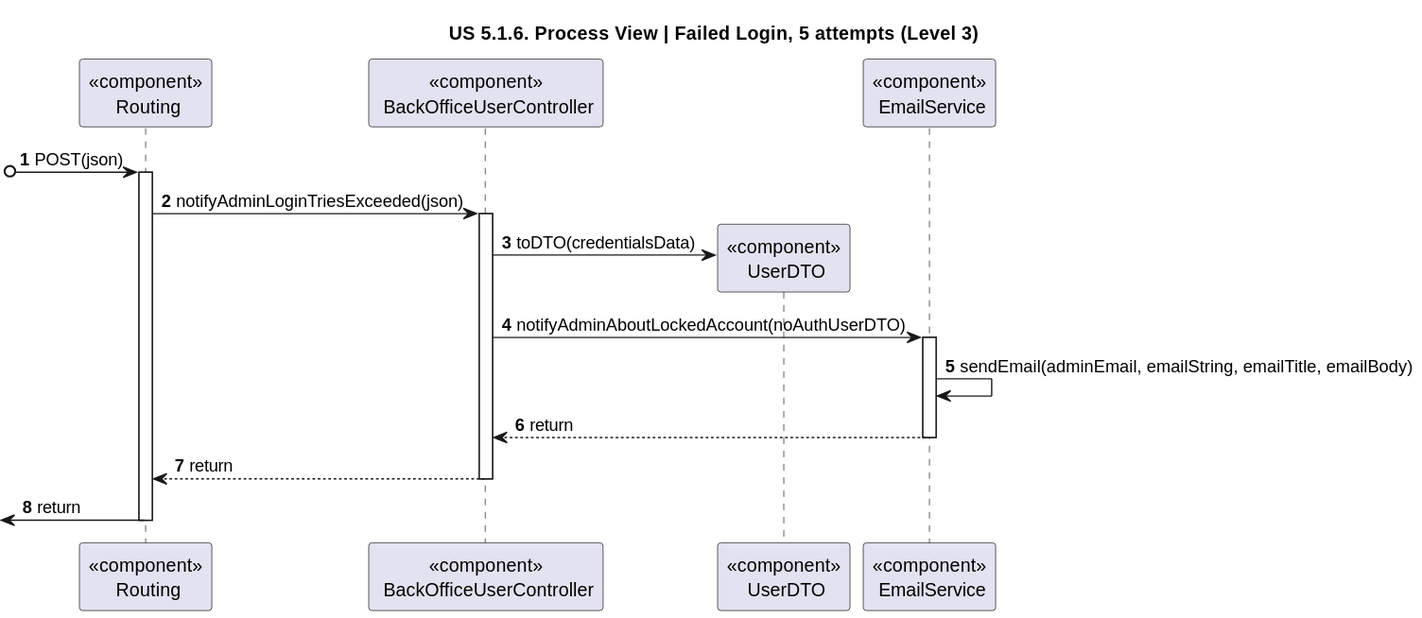
Before: docs/sprint-1/us-5.1.6/Process_View/Level-3/us6-failed-login-process-view-lvl3.svg, a diagram exported from PlantUML (rita-barbosa/LAPR5-2425).
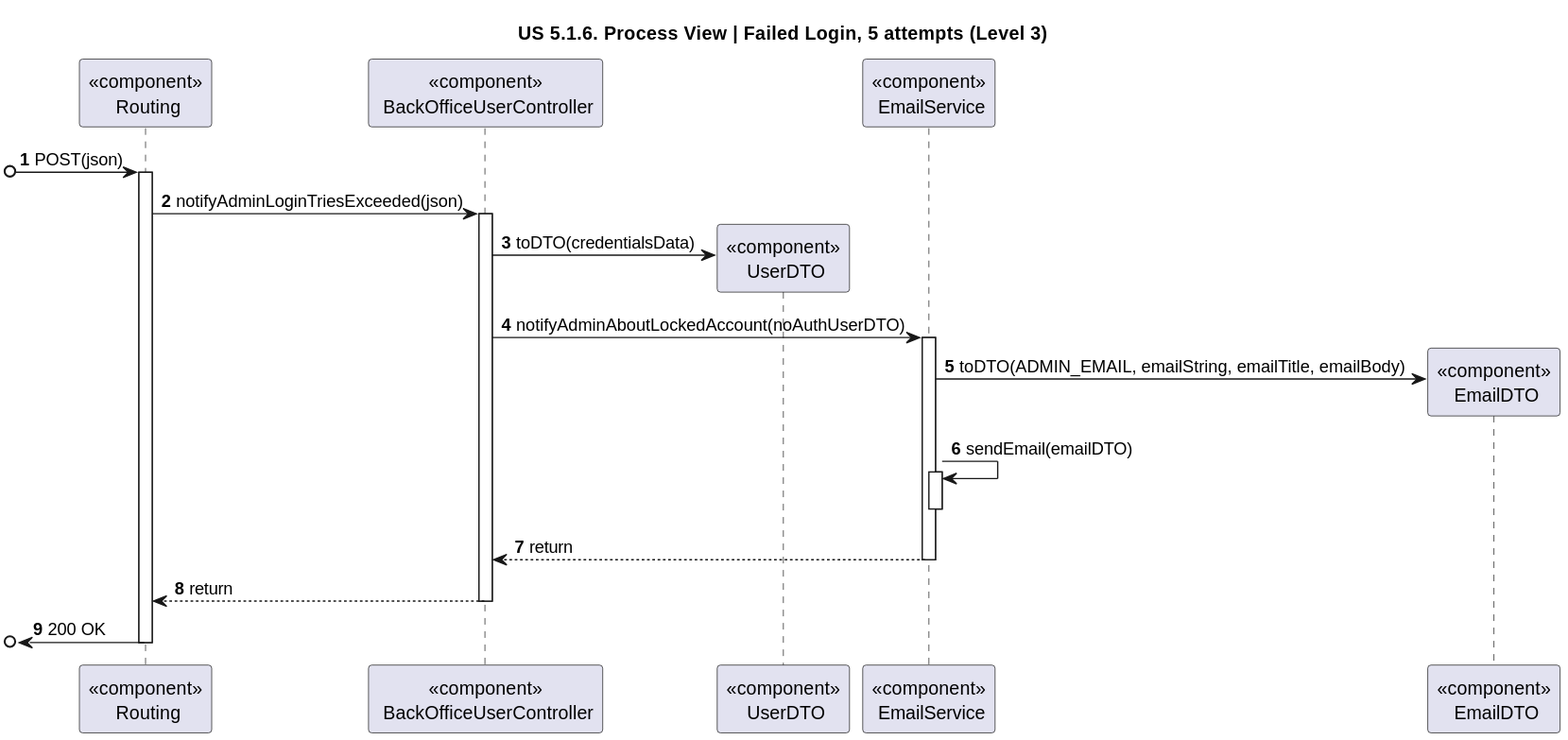
Later version of the same file.

What changed in the source:
```diff
@@ -10,6 +10,7 @@
 participant "<<component>>\n UserDTO" as UserDTO
 
 participant "<<component>>\n EmailService" as EMAILServ
+participant "<<component>>\n EmailDTO" as EmailDTO
 
 [o-> ROUTE : POST(json)
 activate ROUTE
@@ -22,7 +23,11 @@
 CONTROL -> EMAILServ : notifyAdminAboutLockedAccount(noAuthUserDTO)
 activate EMAILServ
 
-EMAILServ -> EMAILServ : sendEmail(adminEmail, emailString, emailTitle, emailBody)
+EMAILServ -> EmailDTO ** : toDTO(ADMIN_EMAIL, emailString, emailTitle, emailBody)
+
+EMAILServ -> EMAILServ : sendEmail(emailDTO)
+activate EMAILServ
+deactivate EMAILServ
 
 EMAILServ --> CONTROL : return
 deactivate EMAILServ
@@ -30,6 +35,6 @@
 CONTROL --> ROUTE : return
 deactivate CONTROL
 
-<- ROUTE : return
+[o<- ROUTE : 200 OK
 deactivate ROUTE
 @enduml
```
